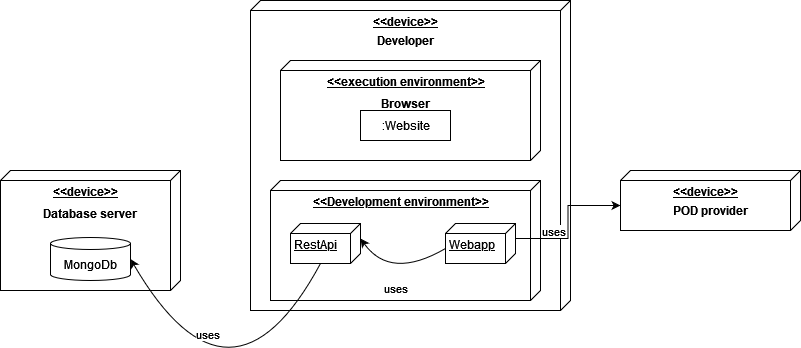
Earlier version of the draw.io export docs/images/07-Deployment-View-Development-En.png (Arquisoft/dede_en3b). Source tidied: cells renumbered, new cells last; positions are measured from the earlier drawing's top-left corner, leaving out a move shared by most shapes.
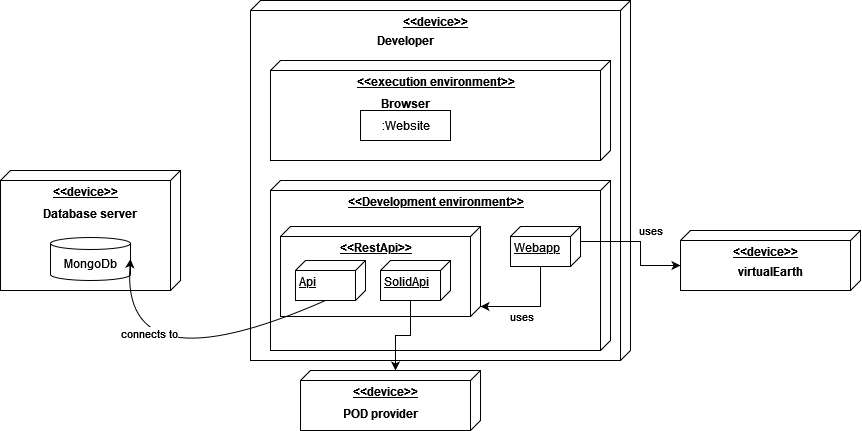
Later version of the same file.

The edit, as a diff of the source:
```diff
@@ -3,54 +3,58 @@
     <mxCell id="0" />
     <mxCell id="1" parent="0" />
     <mxCell id="2" value="&lt;div align=&quot;center&quot;&gt;&lt;b&gt;&amp;lt;&amp;lt;device&amp;gt;&amp;gt;&lt;/b&gt;&lt;/div&gt;&lt;div&gt;&lt;b&gt;&lt;br&gt;&lt;/b&gt;&lt;/div&gt;&lt;div&gt;&lt;b&gt;&lt;br&gt;&lt;/b&gt;&lt;/div&gt;" style="verticalAlign=top;align=center;spacingTop=8;spacingLeft=2;spacingRight=12;shape=cube;size=10;direction=south;fontStyle=4;html=1;" parent="1" vertex="1">
-      <mxGeometry x="250" width="320" height="310" as="geometry" />
+      <mxGeometry x="250" width="380" height="360" as="geometry" />
     </mxCell>
     <mxCell id="3" value="Developer" style="text;html=1;align=center;verticalAlign=middle;strokeColor=none;fillColor=none;fontStyle=1;" parent="1" vertex="1">
       <mxGeometry x="370" y="30" width="70" height="20" as="geometry" />
     </mxCell>
     <mxCell id="4" value="&lt;b&gt;&amp;lt;&amp;lt;execution environment&amp;gt;&amp;gt;&lt;/b&gt;" style="verticalAlign=top;align=center;spacingTop=8;spacingLeft=2;spacingRight=12;shape=cube;size=10;direction=south;fontStyle=4;html=1;" parent="1" vertex="1">
-      <mxGeometry x="280" y="60" width="260" height="100" as="geometry" />
+      <mxGeometry x="270" y="60" width="340" height="100" as="geometry" />
     </mxCell>
     <mxCell id="5" value="Browser" style="text;align=center;fontStyle=1;verticalAlign=middle;spacingLeft=3;spacingRight=3;strokeColor=none;" parent="1" vertex="1">
       <mxGeometry x="365" y="90" width="80" height="26" as="geometry" />
     </mxCell>
     <mxCell id="6" value="&lt;b&gt;&amp;lt;&amp;lt;Development environment&amp;gt;&amp;gt;&lt;br&gt;&lt;/b&gt;" style="verticalAlign=top;align=center;spacingTop=8;spacingLeft=2;spacingRight=12;shape=cube;size=10;direction=south;fontStyle=4;html=1;" parent="1" vertex="1">
-      <mxGeometry x="270" y="180" width="270" height="120" as="geometry" />
+      <mxGeometry x="270" y="180" width="340" height="170" as="geometry" />
     </mxCell>
     <mxCell id="7" value=":Website" style="html=1;" parent="1" vertex="1">
       <mxGeometry x="360" y="110" width="90" height="30" as="geometry" />
     </mxCell>
-    <mxCell id="8" style="edgeStyle=orthogonalEdgeStyle;rounded=0;jettySize=auto;html=1;exitX=0;exitY=0;exitDx=15;exitDy=0;exitPerimeter=0;entryX=0;entryY=0;entryDx=35;entryDy=180;entryPerimeter=0;" parent="1" edge="1" source="10" target="14">
-      <mxGeometry relative="1" as="geometry" />
-    </mxCell>
-    <mxCell id="9" value="uses" style="edgeLabel;html=1;align=center;verticalAlign=middle;" parent="8" vertex="1">
-      <mxGeometry x="-0.28" y="-2" relative="1" as="geometry">
-        <mxPoint x="-13" y="-10" as="offset" />
-      </mxGeometry>
-    </mxCell>
+    <mxCell id="21" style="edgeStyle=orthogonalEdgeStyle;rounded=0;jettySize=auto;html=1;exitX=0;exitY=0;exitDx=40;exitDy=40;exitPerimeter=0;entryX=0;entryY=0;entryDx=80;entryDy=0;entryPerimeter=0;" parent="1" edge="1" source="10" target="25">
+      <mxGeometry relative="1" as="geometry" />
+    </mxCell>
+    <mxCell id="22" value="uses" style="edgeLabel;html=1;align=center;verticalAlign=middle;" parent="21" vertex="1">
+      <mxGeometry x="0.11" relative="1" as="geometry">
+        <mxPoint x="-4" y="10" as="offset" />
+      </mxGeometry>
+    </mxCell>
+    <mxCell id="23" style="edgeStyle=orthogonalEdgeStyle;rounded=0;jettySize=auto;html=1;exitX=0;exitY=0;exitDx=15;exitDy=0;exitPerimeter=0;entryX=0;entryY=0;entryDx=35;entryDy=180;entryPerimeter=0;" parent="1" edge="1" source="10" target="28">
+      <mxGeometry relative="1" as="geometry">
+        <Array as="points">
+          <mxPoint x="640" y="241" />
+          <mxPoint x="640" y="265" />
+        </Array>
+      </mxGeometry>
+    </mxCell>
+    <mxCell id="24" value="uses" style="edgeLabel;html=1;align=center;verticalAlign=middle;" parent="23" vertex="1">
+      <mxGeometry x="-0.15" y="2" relative="1" as="geometry">
+        <mxPoint x="17" y="-9" as="offset" />
+      </mxGeometry>
+    </mxCell>
     <mxCell id="10" value="Webapp" style="verticalAlign=top;align=left;spacingTop=8;spacingLeft=2;spacingRight=12;shape=cube;size=10;direction=south;fontStyle=4;html=1;" parent="1" vertex="1">
-      <mxGeometry x="445" y="223" width="70" height="40" as="geometry" />
+      <mxGeometry x="510" y="226" width="70" height="40" as="geometry" />
     </mxCell>
+    <mxCell id="25" value="&lt;b&gt;&amp;lt;&amp;lt;RestApi&amp;gt;&amp;gt;&lt;br&gt;&lt;/b&gt;" style="verticalAlign=top;align=center;spacingTop=8;spacingLeft=2;spacingRight=12;shape=cube;size=10;direction=south;fontStyle=4;html=1;" parent="1" vertex="1">
+      <mxGeometry x="280" y="226" width="200" height="90" as="geometry" />
+    </mxCell>
-    <mxCell id="11" value="RestApi" style="verticalAlign=top;align=left;spacingTop=8;spacingLeft=2;spacingRight=12;shape=cube;size=10;direction=south;fontStyle=4;html=1;" parent="1" vertex="1">
-      <mxGeometry x="290" y="223" width="70" height="40" as="geometry" />
+    <mxCell id="11" value="Api" style="verticalAlign=top;align=left;spacingTop=8;spacingLeft=2;spacingRight=12;shape=cube;size=10;direction=south;fontStyle=4;html=1;" parent="1" vertex="1">
+      <mxGeometry x="295" y="260" width="70" height="40" as="geometry" />
     </mxCell>
-    <mxCell id="12" style="curved=1;endArrow=classic;html=1;rounded=0;exitX=0;exitY=0;exitDx=25;exitDy=70;exitPerimeter=0;entryX=0;entryY=0;entryDx=15;entryDy=0;entryPerimeter=0;" parent="1" edge="1" source="10" target="11">
-      <mxGeometry relative="1" as="geometry">
-        <Array as="points">
-          <mxPoint x="390" y="280" />
-        </Array>
-      </mxGeometry>
-    </mxCell>
-    <mxCell id="13" value="uses" style="edgeLabel;html=1;align=center;verticalAlign=middle;" parent="12" vertex="1">
-      <mxGeometry x="0.17" y="-6" relative="1" as="geometry">
-        <mxPoint x="2" y="14" as="offset" />
-      </mxGeometry>
-    </mxCell>
     <mxCell id="14" value="&lt;div align=&quot;center&quot;&gt;&lt;b&gt;&amp;lt;&amp;lt;device&amp;gt;&amp;gt;&lt;/b&gt;&lt;/div&gt;" style="verticalAlign=top;align=center;spacingTop=8;spacingLeft=2;spacingRight=12;shape=cube;size=10;direction=south;fontStyle=4;html=1;" parent="1" vertex="1">
-      <mxGeometry x="620" y="170" width="180" height="60" as="geometry" />
+      <mxGeometry x="300" y="370" width="180" height="60" as="geometry" />
     </mxCell>
     <mxCell id="15" value="POD provider" style="text;align=center;fontStyle=1;verticalAlign=middle;spacingLeft=3;spacingRight=3;strokeColor=none;" parent="1" vertex="1">
-      <mxGeometry x="670" y="197" width="80" height="26" as="geometry" />
+      <mxGeometry x="340" y="400" width="80" height="26" as="geometry" />
     </mxCell>
     <mxCell id="16" value="&lt;div align=&quot;center&quot;&gt;&lt;b&gt;&amp;lt;&amp;lt;device&amp;gt;&amp;gt;&lt;/b&gt;&lt;/div&gt;" style="verticalAlign=top;align=center;spacingTop=8;spacingLeft=2;spacingRight=12;shape=cube;size=10;direction=south;fontStyle=4;html=1;" parent="1" vertex="1">
       <mxGeometry y="170" width="180" height="120" as="geometry" />
@@ -61,17 +65,29 @@
     <mxCell id="18" style="curved=1;endArrow=classic;html=1;rounded=0;exitX=0;exitY=0;exitDx=40;exitDy=40;exitPerimeter=0;entryX=1;entryY=0.5;entryDx=0;entryDy=0;entryPerimeter=0;" parent="1" edge="1" source="11" target="17">
       <mxGeometry relative="1" as="geometry">
         <Array as="points">
-          <mxPoint x="230" y="430" />
+          <mxPoint x="120" y="390" />
         </Array>
       </mxGeometry>
     </mxCell>
-    <mxCell id="19" value="uses" style="edgeLabel;html=1;align=center;verticalAlign=middle;" parent="18" vertex="1">
+    <mxCell id="19" value="connects to" style="edgeLabel;html=1;align=center;verticalAlign=middle;" parent="18" vertex="1">
       <mxGeometry x="0.24" relative="1" as="geometry">
-        <mxPoint x="2" y="-52" as="offset" />
+        <mxPoint x="26" y="-56" as="offset" />
       </mxGeometry>
     </mxCell>
     <mxCell id="20" value="Database server" style="text;align=center;fontStyle=1;verticalAlign=middle;spacingLeft=3;spacingRight=3;strokeColor=none;" parent="1" vertex="1">
       <mxGeometry x="50" y="200" width="80" height="26" as="geometry" />
     </mxCell>
+    <mxCell id="26" style="edgeStyle=orthogonalEdgeStyle;rounded=0;jettySize=auto;html=1;exitX=0;exitY=0;exitDx=40;exitDy=40;exitPerimeter=0;entryX=0;entryY=0;entryDx=0;entryDy=85;entryPerimeter=0;" parent="1" edge="1" source="27" target="14">
+      <mxGeometry relative="1" as="geometry" />
+    </mxCell>
+    <mxCell id="27" value="SolidApi" style="verticalAlign=top;align=left;spacingTop=8;spacingLeft=2;spacingRight=12;shape=cube;size=10;direction=south;fontStyle=4;html=1;" parent="1" vertex="1">
+      <mxGeometry x="380" y="260" width="70" height="40" as="geometry" />
+    </mxCell>
+    <mxCell id="28" value="&lt;div align=&quot;center&quot;&gt;&lt;b&gt;&amp;lt;&amp;lt;device&amp;gt;&amp;gt;&lt;/b&gt;&lt;/div&gt;" style="verticalAlign=top;align=center;spacingTop=8;spacingLeft=2;spacingRight=12;shape=cube;size=10;direction=south;fontStyle=4;html=1;" parent="1" vertex="1">
+      <mxGeometry x="680" y="230" width="180" height="60" as="geometry" />
+    </mxCell>
+    <mxCell id="29" value="virtualEarth" style="text;align=center;fontStyle=1;verticalAlign=middle;spacingLeft=3;spacingRight=3;strokeColor=none;" parent="1" vertex="1">
+      <mxGeometry x="730" y="258" width="80" height="26" as="geometry" />
+    </mxCell>
   </root>
 </mxGraphModel>
```
